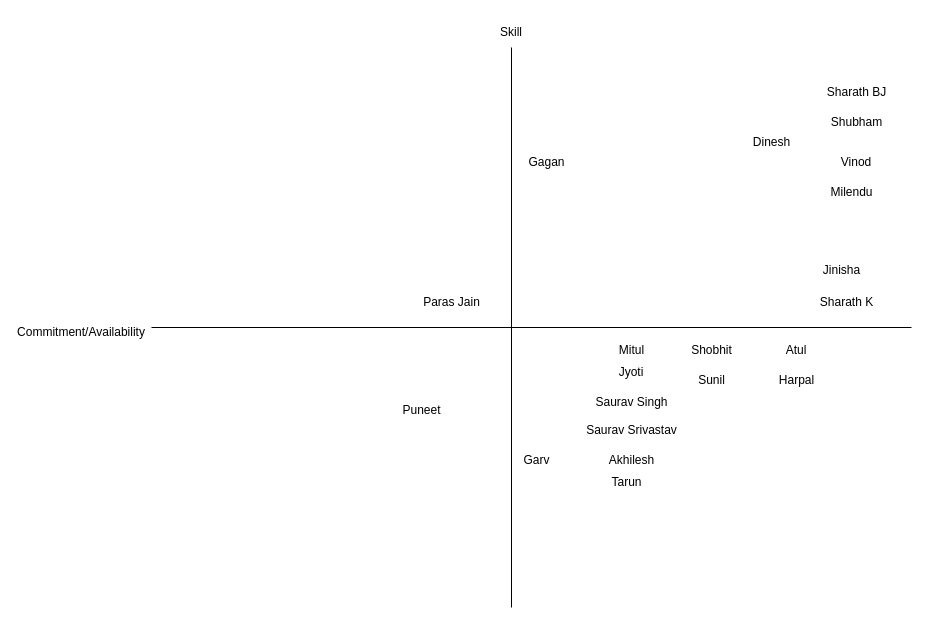
Earlier version of the draw.io diagram Performance.drawio (ravi-jain/system-design). Source tidied: cells renumbered, new cells numbered last; positions are measured from the earlier drawing's top-left corner, leaving out a move shared by most shapes. Both pictures are drawn from the tidied source at 100%, with x=0, y=0 at pixel (51, 17).
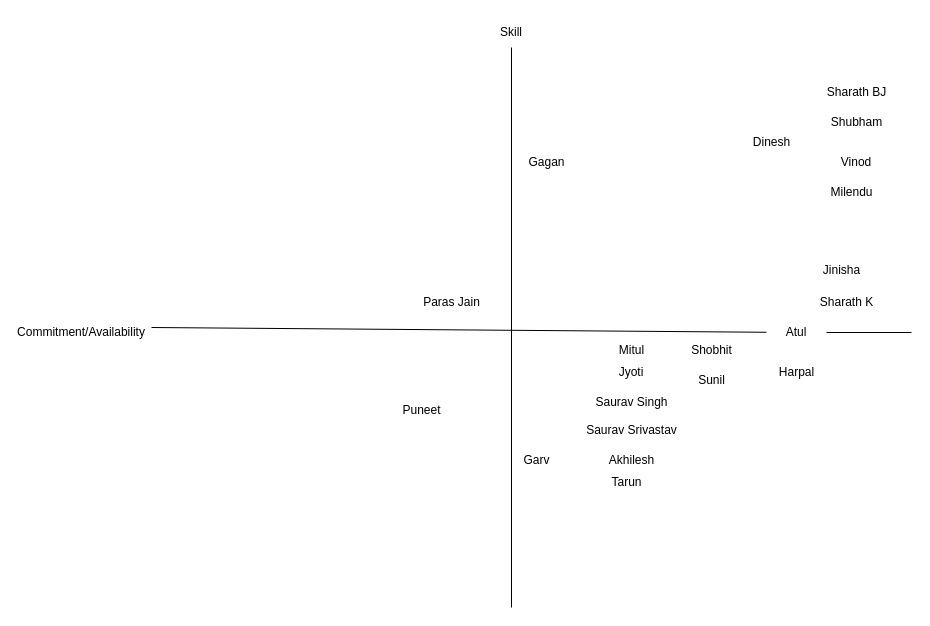
Above is the later version.

Change to the diagram source:
```diff
@@
-    <mxCell id="3" style="endArrow=none;html=1;rounded=0;" parent="1" edge="1">
+    <mxCell id="3" style="endArrow=none;html=1;rounded=0;" parent="1" edge="1" source="18">
       <mxGeometry relative="1" as="geometry">
-        <mxPoint x="100" y="310" as="sourcePoint" />
-        <mxPoint x="860" y="310" as="targetPoint" />
+        <mxPoint x="860" y="315" as="targetPoint" />
       </mxGeometry>
     </mxCell>
@@
     <mxCell id="16" value="Harpal" style="text;html=1;align=center;verticalAlign=middle;strokeColor=none;fillColor=none;" parent="1" vertex="1">
-      <mxGeometry x="715" y="348" width="60" height="30" as="geometry" />
+      <mxGeometry x="715" y="340" width="60" height="30" as="geometry" />
     </mxCell>
@@
-    <mxCell id="18" value="Atul" style="text;html=1;strokeColor=none;fillColor=none;align=center;verticalAlign=middle;whiteSpace=wrap;rounded=0;" parent="1" vertex="1">
-      <mxGeometry x="715" y="318" width="60" height="30" as="geometry" />
-    </mxCell>
@@
+    <mxCell id="27" style="endArrow=none;html=1;rounded=0;" parent="1" edge="1" target="18">
+      <mxGeometry relative="1" as="geometry">
+        <mxPoint x="100" y="310" as="sourcePoint" />
+      </mxGeometry>
+    </mxCell>
+    <mxCell id="18" value="Atul" style="text;html=1;strokeColor=none;fillColor=none;align=center;verticalAlign=middle;whiteSpace=wrap;rounded=0;" parent="1" vertex="1">
+      <mxGeometry x="715" y="300" width="60" height="30" as="geometry" />
+    </mxCell>
```
